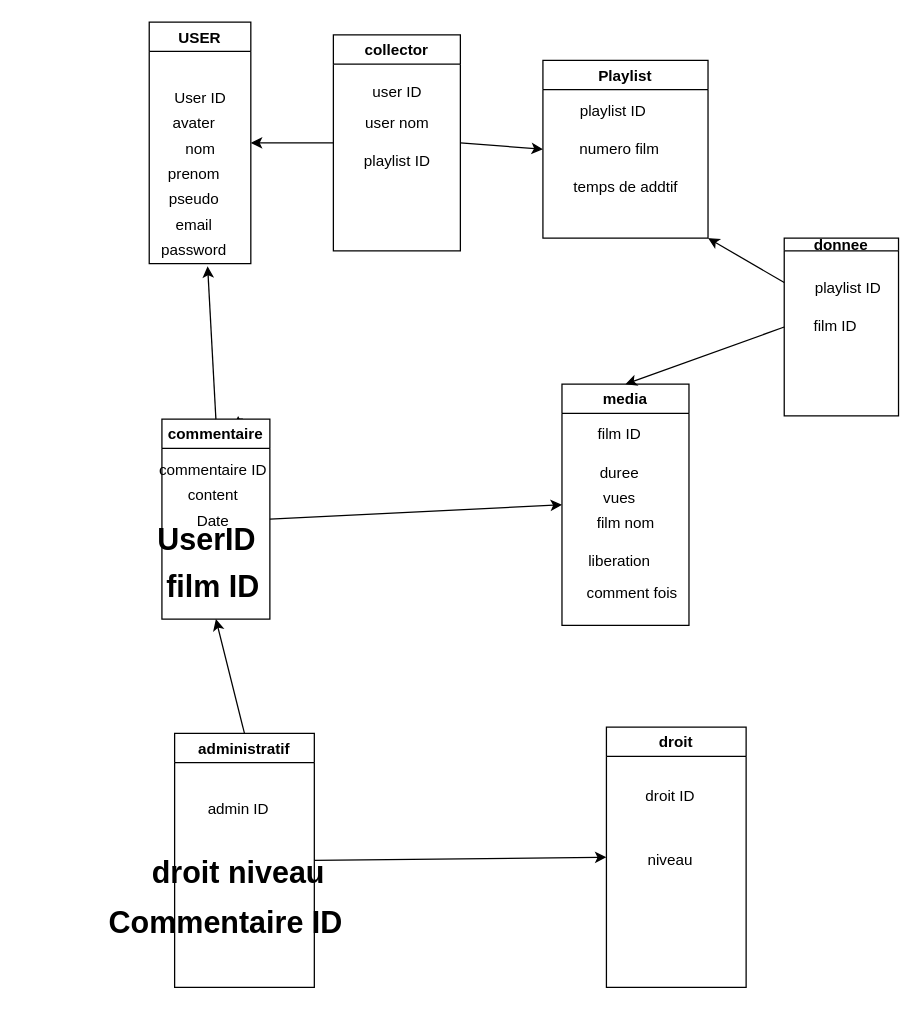
Above: public/MLD  JIaQi Hao CDAW.drawio in HaoJi4037/uv-cdaw-2022 (draw.io), before the change. Source tidied: cells renumbered, new cells numbered last; positions are measured from the earlier drawing's top-left corner, leaving out a move shared by most shapes. Both pictures are drawn from the tidied source at 127%, with x=0, y=0 at pixel (98, 22).
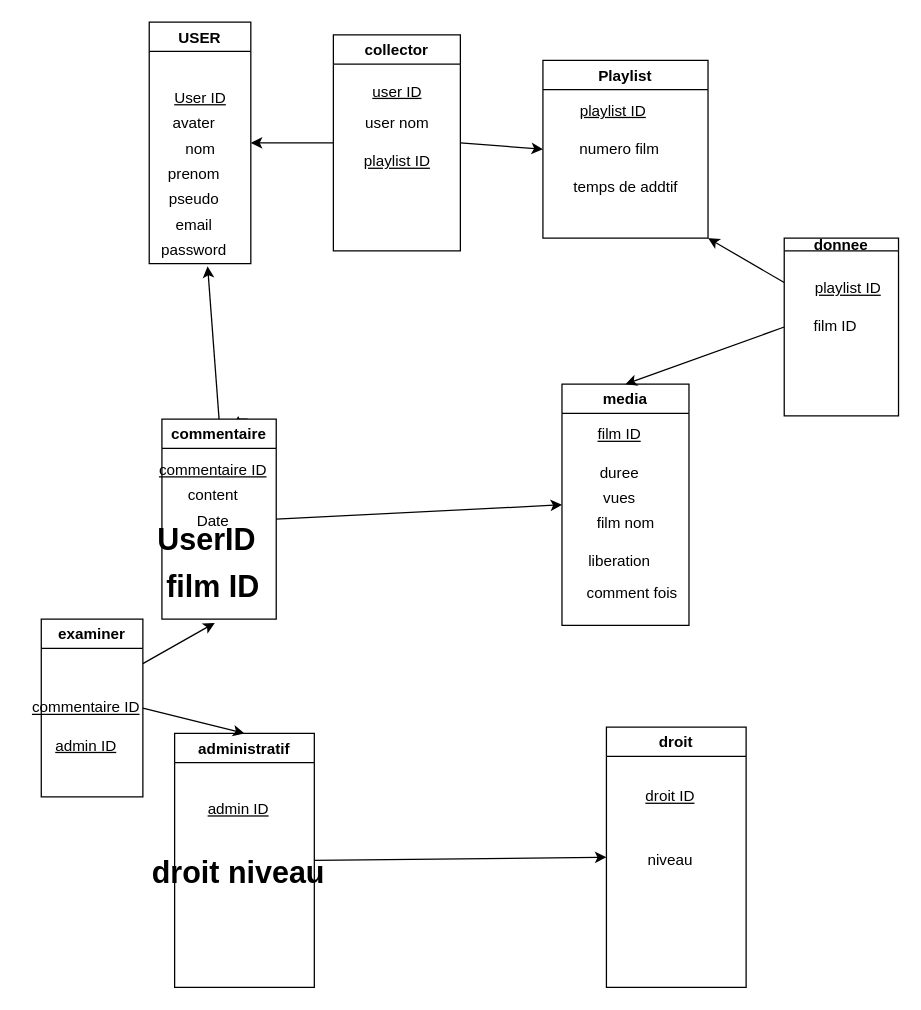
Above is the later version.

Unchanged cells that the change refers to:
```xml
<mxCell id="2" value="USER" style="swimlane;" parent="1" vertex="1">
  <mxGeometry x="40" width="80" height="190" as="geometry" />
</mxCell>
<mxCell id="10" value="Playlist" style="swimlane;" parent="1" vertex="1">
  <mxGeometry x="350" y="30" width="130" height="140" as="geometry" />
</mxCell>
<mxCell id="14" value="media" style="swimlane;" parent="1" vertex="1">
  <mxGeometry x="365" y="285" width="100" height="190" as="geometry" />
</mxCell>
<mxCell id="27" value="&lt;h1&gt;film ID&lt;/h1&gt;" style="text;html=1;align=center;verticalAlign=middle;points=[];strokeColor=none;fillColor=none;" parent="22" vertex="1">
  <mxGeometry x="-5" y="107.5" width="90" height="50" as="geometry" />
</mxCell>
<mxCell id="28" value="administratif" style="swimlane;" parent="1" vertex="1">
  <mxGeometry x="60" y="560" width="110" height="200" as="geometry" />
</mxCell>
<mxCell id="30" value="droit" style="swimlane;" parent="1" vertex="1">
  <mxGeometry x="400" y="555" width="110" height="205" as="geometry" />
</mxCell>
<mxCell id="33" value="collector" style="swimlane;" parent="1" vertex="1">
  <mxGeometry x="185" y="10" width="100" height="170" as="geometry" />
</mxCell>
```

Change to the diagram source:
```diff
@@
-    <mxCell id="3" value="User ID" style="text;html=1;align=center;verticalAlign=middle;strokeColor=none;fillColor=none;" parent="2" vertex="1">
+    <mxCell id="3" value="User ID" style="text;html=1;align=center;verticalAlign=middle;strokeColor=none;fillColor=none;fontStyle=4;" parent="2" vertex="1">
       <mxGeometry x="10" y="50" width="60" height="20" as="geometry" />
     </mxCell>
@@
-    <mxCell id="13" value="playlist ID" style="text;html=1;align=center;verticalAlign=middle;strokeColor=none;fillColor=none;" parent="10" vertex="1">
+    <mxCell id="13" value="playlist ID" style="text;html=1;align=center;verticalAlign=middle;strokeColor=none;fillColor=none;fontStyle=4;" parent="10" vertex="1">
       <mxGeometry x="20" y="30" width="70" height="20" as="geometry" />
     </mxCell>
@@
-    <mxCell id="17" value="film ID" style="text;html=1;align=center;verticalAlign=middle;strokeColor=none;fillColor=none;" parent="14" vertex="1">
+    <mxCell id="17" value="film ID" style="text;html=1;align=center;verticalAlign=middle;strokeColor=none;fillColor=none;fontStyle=4;" parent="14" vertex="1">
       <mxGeometry x="20" y="30" width="50" height="20" as="geometry" />
     </mxCell>
@@
     <mxCell id="22" value="commentaire" style="swimlane;" parent="1" vertex="1">
-      <mxGeometry x="50" y="312.5" width="85" height="157.5" as="geometry" />
+      <mxGeometry x="50" y="312.5" width="90" height="157.5" as="geometry" />
     </mxCell>
-    <mxCell id="23" value="commentaire ID" style="text;html=1;align=center;verticalAlign=middle;strokeColor=none;fillColor=none;" parent="22" vertex="1">
+    <mxCell id="23" value="commentaire ID" style="text;html=1;align=center;verticalAlign=middle;strokeColor=none;fillColor=none;fontStyle=4;" parent="22" vertex="1">
       <mxGeometry x="-10" y="30" width="100" height="20" as="geometry" />
     </mxCell>
@@
-    <mxCell id="29" value="admin ID" style="text;html=1;align=center;verticalAlign=middle;strokeColor=none;fillColor=none;" parent="1" vertex="1">
+    <mxCell id="29" value="admin ID" style="text;html=1;align=center;verticalAlign=middle;strokeColor=none;fillColor=none;fontStyle=4;" parent="1" vertex="1">
       <mxGeometry x="80" y="610" width="60" height="20" as="geometry" />
     </mxCell>
@@
-    <mxCell id="31" value="droit ID" style="text;html=1;align=center;verticalAlign=middle;strokeColor=none;fillColor=none;" parent="30" vertex="1">
+    <mxCell id="31" value="droit ID" style="text;html=1;align=center;verticalAlign=middle;strokeColor=none;fillColor=none;fontStyle=4;" parent="30" vertex="1">
       <mxGeometry x="25" y="45" width="50" height="20" as="geometry" />
     </mxCell>
@@
-    <mxCell id="35" value="user ID" style="text;html=1;align=center;verticalAlign=middle;strokeColor=none;fillColor=none;" parent="33" vertex="1">
+    <mxCell id="35" value="user ID" style="text;html=1;align=center;verticalAlign=middle;strokeColor=none;fillColor=none;fontStyle=4;" parent="33" vertex="1">
       <mxGeometry x="25" y="35" width="50" height="20" as="geometry" />
     </mxCell>
-    <mxCell id="36" value="playlist ID" style="text;html=1;align=center;verticalAlign=middle;strokeColor=none;fillColor=none;" parent="33" vertex="1">
+    <mxCell id="36" value="playlist ID" style="text;html=1;align=center;verticalAlign=middle;strokeColor=none;fillColor=none;fontStyle=4;" parent="33" vertex="1">
       <mxGeometry x="15" y="90" width="70" height="20" as="geometry" />
     </mxCell>
@@
-    <mxCell id="41" value="playlist ID" style="text;html=1;align=center;verticalAlign=middle;strokeColor=none;fillColor=none;" parent="1" vertex="1">
+    <mxCell id="41" value="playlist ID" style="text;html=1;align=center;verticalAlign=middle;strokeColor=none;fillColor=none;fontStyle=4;" parent="1" vertex="1">
       <mxGeometry x="555" y="200" width="70" height="20" as="geometry" />
     </mxCell>
@@
-    <mxCell id="46" style="endArrow=classic;html=1;rounded=0;exitX=0.5;exitY=0;exitDx=0;exitDy=0;entryX=0.5;entryY=1;entryDx=0;entryDy=0;" parent="1" edge="1" source="28" target="22">
-      <mxGeometry relative="1" as="geometry" />
-    </mxCell>
@@
-    <mxCell id="49" value="&lt;h1&gt;Commentaire ID&lt;/h1&gt;" style="text;html=1;align=center;verticalAlign=middle;strokeColor=none;fillColor=none;" parent="1" vertex="1">
-      <mxGeometry y="685" width="200" height="50" as="geometry" />
-    </mxCell>
+    <mxCell id="50" value="examiner" style="swimlane;" parent="1" vertex="1">
+      <mxGeometry x="-45" y="470" width="80" height="140" as="geometry" />
+    </mxCell>
+    <mxCell id="51" style="endArrow=classic;html=1;rounded=0;exitX=1;exitY=0.25;exitDx=0;exitDy=0;entryX=0.518;entryY=1.06;entryDx=0;entryDy=0;entryPerimeter=0;" parent="1" edge="1" source="50" target="27">
+      <mxGeometry relative="1" as="geometry" />
+    </mxCell>
+    <mxCell id="52" style="endArrow=classic;html=1;rounded=0;exitX=1;exitY=0.5;exitDx=0;exitDy=0;entryX=0.5;entryY=0;entryDx=0;entryDy=0;" parent="1" edge="1" source="50" target="28">
+      <mxGeometry relative="1" as="geometry" />
+    </mxCell>
+    <mxCell id="53" value="commentaire ID" style="text;html=1;align=center;verticalAlign=middle;fontStyle=4;" parent="1" vertex="1">
+      <mxGeometry x="-60" y="530" width="100" height="20" as="geometry" />
+    </mxCell>
+    <mxCell id="54" value="admin ID" style="text;html=1;align=center;verticalAlign=middle;fontStyle=4;" parent="1" vertex="1">
+      <mxGeometry x="-40" y="560" width="60" height="20" as="geometry" />
+    </mxCell>
```
